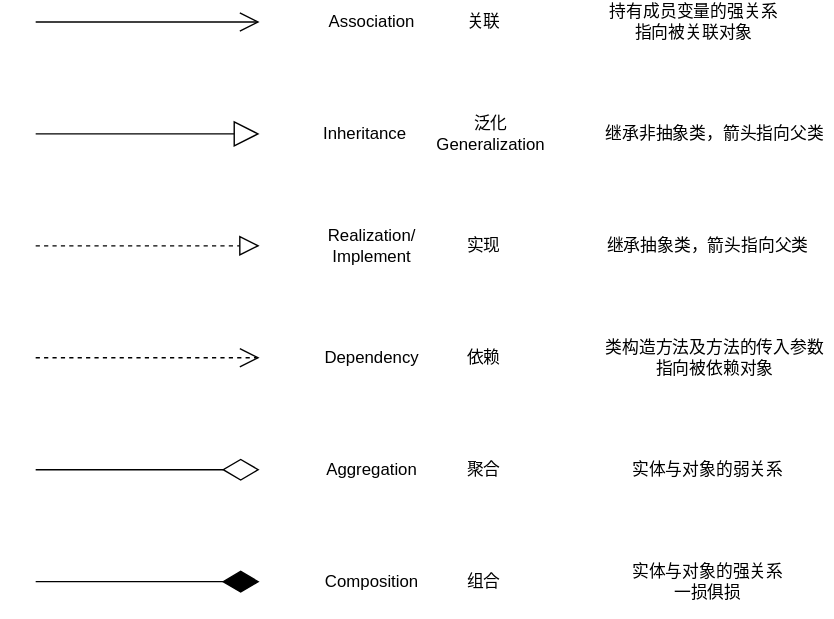
This is img/UML_classDiagram.svg from likakayang/myNote, a draw.io export, as it was before one commit. Source tidied: cells renumbered, new cells last; positions are measured from the earlier drawing's top-left corner, leaving out a move shared by most shapes. Source of this version:
```xml
<mxGraphModel>
  <root>
    <mxCell id="0" />
    <mxCell id="1" parent="0" />
    <mxCell id="2" style="endArrow=open;endFill=1;endSize=12;html=1;rounded=0;" parent="1" edge="1">
      <mxGeometry relative="1" as="geometry">
        <mxPoint y="15" as="sourcePoint" />
        <mxPoint x="160" y="15" as="targetPoint" />
      </mxGeometry>
    </mxCell>
    <mxCell id="3" style="endArrow=block;endSize=16;endFill=0;html=1;rounded=0;" parent="1" edge="1">
      <mxGeometry relative="1" as="geometry">
        <mxPoint y="95" as="sourcePoint" />
        <mxPoint x="160" y="95" as="targetPoint" />
      </mxGeometry>
    </mxCell>
    <mxCell id="4" style="endArrow=block;dashed=1;endFill=0;endSize=12;html=1;rounded=0;" parent="1" edge="1">
      <mxGeometry relative="1" as="geometry">
        <mxPoint y="175" as="sourcePoint" />
        <mxPoint x="160" y="175" as="targetPoint" />
      </mxGeometry>
    </mxCell>
    <mxCell id="5" style="endArrow=open;endSize=12;dashed=1;html=1;rounded=0;" parent="1" edge="1">
      <mxGeometry relative="1" as="geometry">
        <mxPoint y="255" as="sourcePoint" />
        <mxPoint x="160" y="255" as="targetPoint" />
      </mxGeometry>
    </mxCell>
    <mxCell id="6" style="endArrow=diamondThin;endFill=0;endSize=24;html=1;rounded=0;" parent="1" edge="1">
      <mxGeometry relative="1" as="geometry">
        <mxPoint y="335" as="sourcePoint" />
        <mxPoint x="160" y="335" as="targetPoint" />
      </mxGeometry>
    </mxCell>
    <mxCell id="7" style="endArrow=diamondThin;endFill=1;endSize=24;html=1;rounded=0;" parent="1" edge="1">
      <mxGeometry relative="1" as="geometry">
        <mxPoint y="415" as="sourcePoint" />
        <mxPoint x="160" y="415" as="targetPoint" />
      </mxGeometry>
    </mxCell>
    <mxCell id="8" value="Association" style="text;html=1;align=center;verticalAlign=middle;strokeColor=none;fillColor=none;" parent="1" vertex="1">
      <mxGeometry x="200" y="5" width="80" height="20" as="geometry" />
    </mxCell>
    <mxCell id="9" value="Inheritance" style="text;html=1;align=center;verticalAlign=middle;strokeColor=none;fillColor=none;" parent="1" vertex="1">
      <mxGeometry x="200" y="85" width="70" height="20" as="geometry" />
    </mxCell>
    <mxCell id="10" value="Realization/&lt;br&gt;Implement" style="text;html=1;align=center;verticalAlign=middle;strokeColor=none;fillColor=none;" parent="1" vertex="1">
      <mxGeometry x="200" y="160" width="80" height="30" as="geometry" />
    </mxCell>
    <mxCell id="11" value="Dependency" style="text;html=1;align=center;verticalAlign=middle;strokeColor=none;fillColor=none;" parent="1" vertex="1">
      <mxGeometry x="200" y="245" width="80" height="20" as="geometry" />
    </mxCell>
    <mxCell id="12" value="Aggregation" style="text;html=1;align=center;verticalAlign=middle;strokeColor=none;fillColor=none;" parent="1" vertex="1">
      <mxGeometry x="200" y="325" width="80" height="20" as="geometry" />
    </mxCell>
    <mxCell id="13" value="Composition" style="text;html=1;align=center;verticalAlign=middle;strokeColor=none;fillColor=none;" parent="1" vertex="1">
      <mxGeometry x="200" y="405" width="80" height="20" as="geometry" />
    </mxCell>
    <mxCell id="14" value="关联" style="text;html=1;align=center;verticalAlign=middle;strokeColor=none;fillColor=none;" parent="1" vertex="1">
      <mxGeometry x="300" y="5" width="40" height="20" as="geometry" />
    </mxCell>
    <mxCell id="15" value="泛化&lt;br&gt;Generalization" style="text;html=1;align=center;verticalAlign=middle;strokeColor=none;fillColor=none;" parent="1" vertex="1">
      <mxGeometry x="280" y="80" width="90" height="30" as="geometry" />
    </mxCell>
    <mxCell id="16" value="实现" style="text;html=1;align=center;verticalAlign=middle;strokeColor=none;fillColor=none;" parent="1" vertex="1">
      <mxGeometry x="300" y="165" width="40" height="20" as="geometry" />
    </mxCell>
    <mxCell id="17" value="依赖" style="text;html=1;align=center;verticalAlign=middle;strokeColor=none;fillColor=none;" parent="1" vertex="1">
      <mxGeometry x="300" y="245" width="40" height="20" as="geometry" />
    </mxCell>
    <mxCell id="18" value="聚合" style="text;html=1;align=center;verticalAlign=middle;strokeColor=none;fillColor=none;" parent="1" vertex="1">
      <mxGeometry x="300" y="325" width="40" height="20" as="geometry" />
    </mxCell>
    <mxCell id="19" value="组合" style="text;html=1;align=center;verticalAlign=middle;strokeColor=none;fillColor=none;" parent="1" vertex="1">
      <mxGeometry x="300" y="405" width="40" height="20" as="geometry" />
    </mxCell>
    <mxCell id="20" value="继承非抽象类，箭头指向父类" style="text;html=1;align=center;verticalAlign=middle;strokeColor=none;fillColor=none;" parent="1" vertex="1">
      <mxGeometry x="400" y="85" width="170" height="20" as="geometry" />
    </mxCell>
    <mxCell id="21" value="继承抽象类，箭头指向父类" style="text;html=1;align=center;verticalAlign=middle;strokeColor=none;fillColor=none;" parent="1" vertex="1">
      <mxGeometry x="400" y="165" width="160" height="20" as="geometry" />
    </mxCell>
    <mxCell id="22" value="持有成员变量的强关系&lt;br&gt;指向被关联对象" style="text;html=1;align=center;verticalAlign=middle;strokeColor=none;fillColor=none;" parent="1" vertex="1">
      <mxGeometry x="400" width="140" height="30" as="geometry" />
    </mxCell>
    <mxCell id="23" value="类构造方法及方法的传入参数&lt;br&gt;指向被依赖对象" style="text;html=1;align=center;verticalAlign=middle;strokeColor=none;fillColor=none;" parent="1" vertex="1">
      <mxGeometry x="400" y="240" width="170" height="30" as="geometry" />
    </mxCell>
    <mxCell id="24" value="实体与对象的弱关系" style="text;html=1;align=center;verticalAlign=middle;strokeColor=none;fillColor=none;" parent="1" vertex="1">
      <mxGeometry x="420" y="325" width="120" height="20" as="geometry" />
    </mxCell>
    <mxCell id="25" value="实体与对象的强关系&lt;br&gt;一损俱损" style="text;html=1;align=center;verticalAlign=middle;strokeColor=none;fillColor=none;" parent="1" vertex="1">
      <mxGeometry x="420" y="400" width="120" height="30" as="geometry" />
    </mxCell>
  </root>
</mxGraphModel>
```
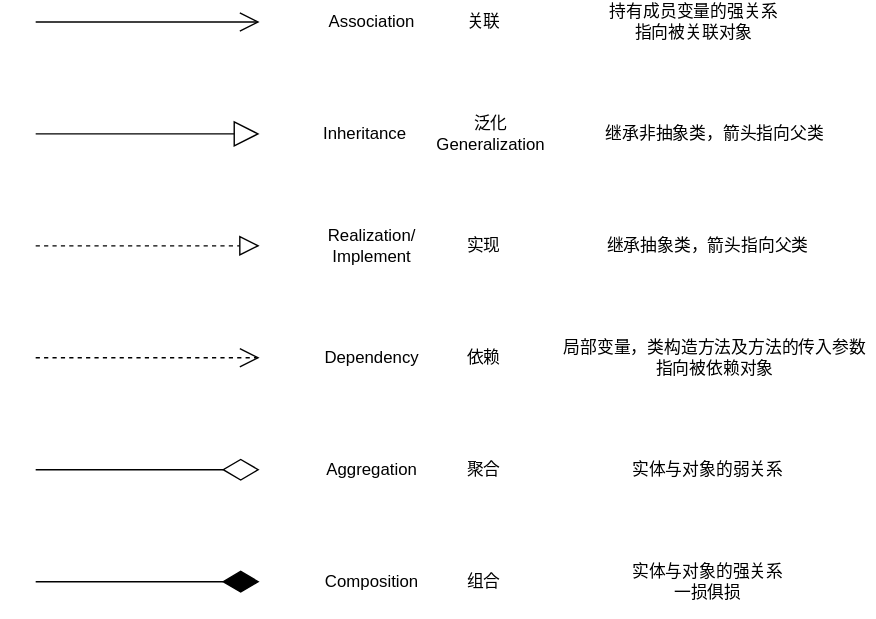
After the commit.

Commit message:
更正类图信息

Diff of the diagram source:
```diff
@@ -83,8 +83,8 @@
     <mxCell id="22" value="持有成员变量的强关系&lt;br&gt;指向被关联对象" style="text;html=1;align=center;verticalAlign=middle;strokeColor=none;fillColor=none;" parent="1" vertex="1">
       <mxGeometry x="400" width="140" height="30" as="geometry" />
     </mxCell>
-    <mxCell id="23" value="类构造方法及方法的传入参数&lt;br&gt;指向被依赖对象" style="text;html=1;align=center;verticalAlign=middle;strokeColor=none;fillColor=none;" parent="1" vertex="1">
-      <mxGeometry x="400" y="240" width="170" height="30" as="geometry" />
+    <mxCell id="23" value="局部变量，类构造方法及方法的传入参数&lt;br&gt;指向被依赖对象" style="text;html=1;align=center;verticalAlign=middle;strokeColor=none;fillColor=none;" parent="1" vertex="1">
+      <mxGeometry x="370" y="240" width="230" height="30" as="geometry" />
     </mxCell>
     <mxCell id="24" value="实体与对象的弱关系" style="text;html=1;align=center;verticalAlign=middle;strokeColor=none;fillColor=none;" parent="1" vertex="1">
       <mxGeometry x="420" y="325" width="120" height="20" as="geometry" />
```
